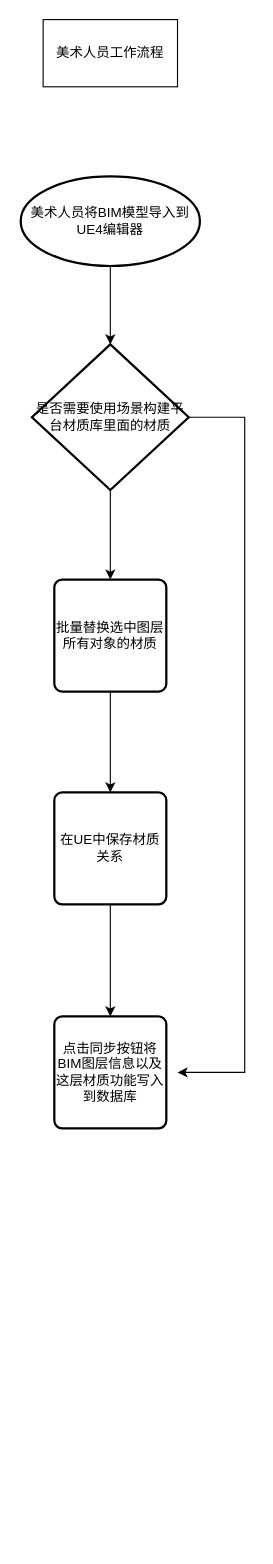
Above: UE4 Class UML.drawio in CengJia/diagrams (draw.io), before the change. Source tidied: cells renumbered, new cells numbered last; positions are measured from the earlier drawing's top-left corner, leaving out a move shared by most shapes. Both pictures are drawn from the tidied source at 112%, with x=0, y=0 at pixel (20, 19).
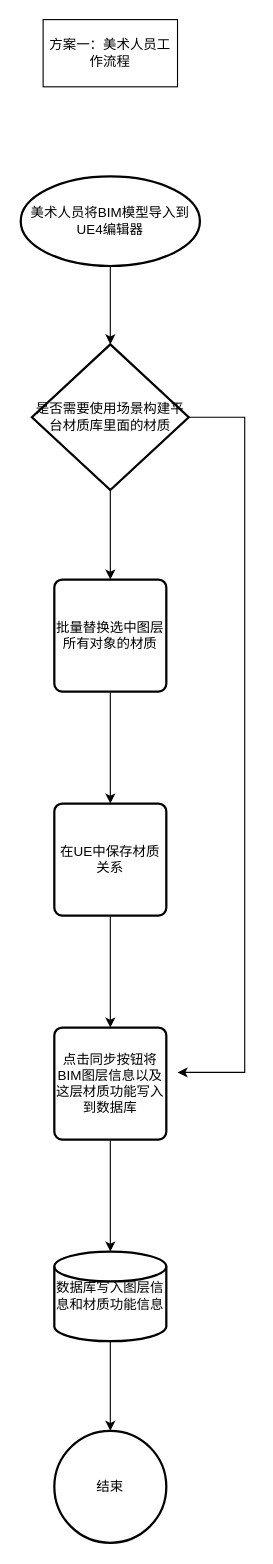
After the change.

The edit, as a diff of the source:
```diff
@@
-    <mxCell id="7" value="美术人员工作流程" style="rounded=0;whiteSpace=wrap;html=1;" parent="1" vertex="1">
+    <mxCell id="7" value="方案一：美术人员工作流程" style="rounded=0;whiteSpace=wrap;html=1;" parent="1" vertex="1">
       <mxGeometry x="20" width="120" height="60" as="geometry" />
     </mxCell>
@@
+    <mxCell id="13" style="edgeStyle=orthogonalEdgeStyle;rounded=0;jettySize=auto;html=1;" parent="1" edge="1" source="10">
+      <mxGeometry relative="1" as="geometry">
+        <mxPoint x="80" y="1100" as="targetPoint" />
+      </mxGeometry>
+    </mxCell>
     <mxCell id="10" value="点击同步按钮将BIM图层信息以及这层材质功能写入到数据库" style="rounded=1;whiteSpace=wrap;html=1;absoluteArcSize=1;arcSize=14;strokeWidth=2;" parent="1" vertex="1">
-      <mxGeometry x="30" y="890" width="100" height="100" as="geometry" />
+      <mxGeometry x="30" y="900" width="100" height="100" as="geometry" />
     </mxCell>
@@
     <mxCell id="12" value="在UE中保存材质关系" style="rounded=1;whiteSpace=wrap;html=1;absoluteArcSize=1;arcSize=14;strokeWidth=2;" parent="1" vertex="1">
-      <mxGeometry x="30" y="690" width="100" height="100" as="geometry" />
+      <mxGeometry x="30" y="700" width="100" height="100" as="geometry" />
     </mxCell>
+    <mxCell id="14" style="edgeStyle=orthogonalEdgeStyle;rounded=0;jettySize=auto;html=1;" parent="1" edge="1" source="15" target="16">
+      <mxGeometry relative="1" as="geometry" />
+    </mxCell>
+    <mxCell id="15" value="数据库写入图层信息和材质功能信息&lt;br&gt;" style="strokeWidth=2;html=1;shape=mxgraph.flowchart.database;whiteSpace=wrap;" parent="1" vertex="1">
+      <mxGeometry x="30" y="1100" width="100" height="80" as="geometry" />
+    </mxCell>
+    <mxCell id="16" value="结束" style="strokeWidth=2;html=1;shape=mxgraph.flowchart.start_2;whiteSpace=wrap;" parent="1" vertex="1">
+      <mxGeometry x="30" y="1260" width="100" height="100" as="geometry" />
+    </mxCell>
```
